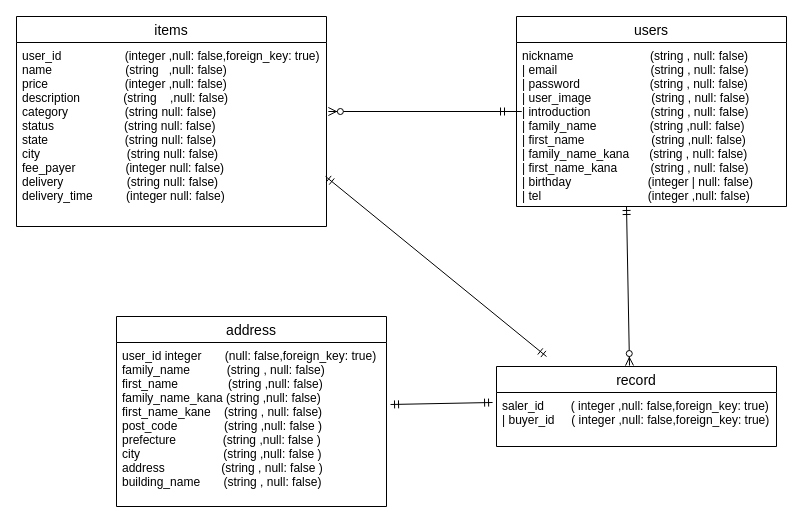
The draw.io diagram test.dio in yudaiishiyama/furima-38009, before the edit. Source tidied: cells renumbered, new cells numbered last; positions are measured from the earlier drawing's top-left corner, leaving out a move shared by most shapes. Both pictures are drawn from the tidied source at 100%, with x=0, y=0 at pixel (16, 16).
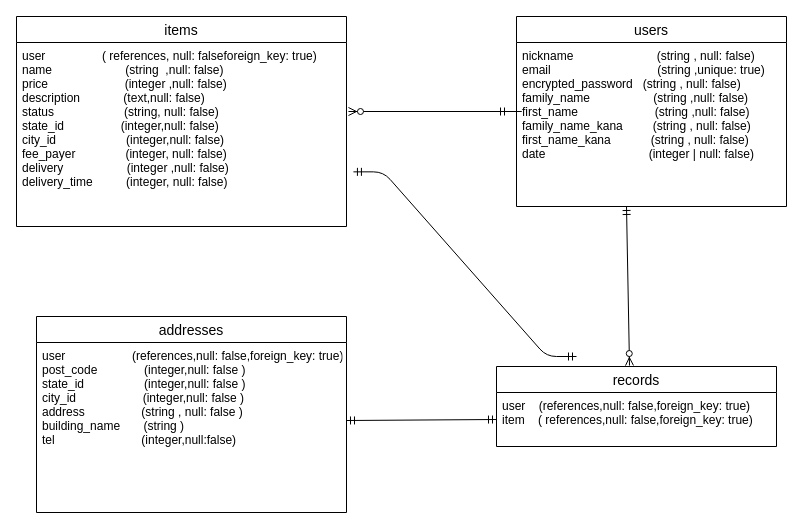
Above is the later version.

Change to the diagram source:
```diff
@@
 <mxGraphModel>
   <root>
     <mxCell id="0" />
     <mxCell id="1" parent="0" />
-    <mxCell id="2" value="address" style="swimlane;fontStyle=0;horizontal=1;startSize=26;align=center;fontSize=14;" parent="1" vertex="1">
-      <mxGeometry x="100" y="300" width="270" height="190" as="geometry" />
+    <mxCell id="2" value="addresses" style="swimlane;fontStyle=0;horizontal=1;startSize=26;align=center;fontSize=14;" parent="1" vertex="1">
+      <mxGeometry x="20" y="300" width="310" height="196" as="geometry" />
     </mxCell>
-    <mxCell id="3" value="user_id integer       (null: false,foreign_key: true)&#10;family_name           (string , null: false)&#10;first_name               (string ,null: false)&#10;family_name_kana (string ,null: false) &#10;first_name_kane    (string , null: false)&#10;post_code              (string ,null: false )&#10;prefecture              (string ,null: false )&#10;city                         (string ,null: false )&#10;address                 (string , null: false )&#10;building_name       (string , null: false)" style="text;strokeColor=none;fillColor=none;spacingLeft=4;spacingRight=4;overflow=hidden;points=[[0,0.5],[1,0.5]];portConstraint=eastwest;fontSize=12;" parent="2" vertex="1">
-      <mxGeometry y="26" width="270" height="164" as="geometry" />
+    <mxCell id="3" value="user                    (references,null: false,foreign_key: true)&#10;post_code              (integer,null: false )&#10;state_id                  (integer,null: false )&#10;city_id                    (integer,null: false )&#10;address                 (string , null: false )&#10;building_name       (string )&#10;tel                          (integer,null:false)" style="text;strokeColor=none;fillColor=none;spacingLeft=4;spacingRight=4;overflow=hidden;points=[[0,0.5],[1,0.5]];portConstraint=eastwest;fontSize=12;" parent="2" vertex="1">
+      <mxGeometry y="26" width="310" height="170" as="geometry" />
     </mxCell>
-    <mxCell id="4" value="record" style="swimlane;fontStyle=0;horizontal=1;startSize=26;align=center;fontSize=14;" parent="1" vertex="1">
+    <mxCell id="4" value="records" style="swimlane;fontStyle=0;horizontal=1;startSize=26;align=center;fontSize=14;" parent="1" vertex="1">
       <mxGeometry x="480" y="350" width="280" height="80" as="geometry" />
     </mxCell>
-    <mxCell id="5" value="saler_id        ( integer ,null: false,foreign_key: true)&#10;| buyer_id     ( integer ,null: false,foreign_key: true)" style="text;strokeColor=none;fillColor=none;spacingLeft=4;spacingRight=4;overflow=hidden;points=[[0,0.5],[1,0.5]];portConstraint=eastwest;fontSize=12;" parent="4" vertex="1">
+    <mxCell id="5" value="user    (references,null: false,foreign_key: true)&#10;item    ( references,null: false,foreign_key: true)" style="text;strokeColor=none;fillColor=none;spacingLeft=4;spacingRight=4;overflow=hidden;points=[[0,0.5],[1,0.5]];portConstraint=eastwest;fontSize=12;" parent="4" vertex="1">
       <mxGeometry y="26" width="280" height="54" as="geometry" />
     </mxCell>
     <mxCell id="6" value="users" style="swimlane;fontStyle=0;horizontal=1;startSize=26;align=center;fontSize=14;" parent="1" vertex="1">
       <mxGeometry x="500" width="270" height="190" as="geometry" />
     </mxCell>
-    <mxCell id="7" value="nickname                       (string , null: false)&#10;| email                            (string , null: false)&#10;| password                     (string , null: false)&#10;| user_image                  (string , null: false)&#10;| introduction                  (string , null: false)&#10;| family_name                (string ,null: false)&#10;| first_name                    (string ,null: false)&#10;| family_name_kana      (string , null: false)&#10;| first_name_kana          (string , null: false)&#10;| birthday                       (integer | null: false)&#10;| tel                                (integer ,null: false)" style="text;strokeColor=none;fillColor=none;spacingLeft=4;spacingRight=4;overflow=hidden;fontSize=12;" parent="6" vertex="1">
+    <mxCell id="7" value="nickname                         (string , null: false)&#10;email                                (string ,unique: true)&#10;encrypted_password   (string , null: false)&#10;family_name                   (string ,null: false)&#10;first_name                       (string ,null: false)&#10;family_name_kana         (string , null: false)&#10;first_name_kana            (string , null: false)&#10;date                               (integer | null: false)&#10;" style="text;strokeColor=none;fillColor=none;spacingLeft=4;spacingRight=4;overflow=hidden;fontSize=12;" parent="6" vertex="1">
       <mxGeometry y="26" width="270" height="164" as="geometry" />
     </mxCell>
     <mxCell id="8" value="items" style="swimlane;fontStyle=0;horizontal=1;startSize=26;align=center;fontSize=14;" parent="1" vertex="1">
-      <mxGeometry width="310" height="210" as="geometry" />
+      <mxGeometry width="330" height="210" as="geometry" />
     </mxCell>
-    <mxCell id="9" value=" user_id                   (integer ,null: false,foreign_key: true)&#10; name                      (string   ,null: false)&#10; price                       (integer ,null: false)&#10; description             (string    ,null: false)&#10; category                 (string     null: false)&#10; status                     (string     null: false)&#10; state                       (string     null: false)&#10; city                          (string     null: false)&#10; fee_payer               (integer    null: false)&#10; delivery                   (string     null: false)&#10; delivery_time          (integer    null: false)" style="text;strokeColor=none;fillColor=none;spacingLeft=4;spacingRight=4;overflow=hidden;points=[[0,0.5],[1,0.5]];portConstraint=eastwest;fontSize=12;" parent="8" vertex="1">
-      <mxGeometry y="26" width="310" height="184" as="geometry" />
+    <mxCell id="9" value=" user                 ( references, null: falseforeign_key: true)&#10; name                      (string  ,null: false)&#10; price                       (integer ,null: false)&#10; description             (text,null: false)&#10; status                     (string, null: false)&#10; state_id                 (integer,null: false)&#10; city_id                     (integer,null: false)&#10; fee_payer               (integer, null: false)&#10; delivery                   (integer ,null: false)&#10; delivery_time          (integer, null: false)" style="text;strokeColor=none;fillColor=none;spacingLeft=4;spacingRight=4;overflow=hidden;points=[[0,0.5],[1,0.5]];portConstraint=eastwest;fontSize=12;" parent="8" vertex="1">
+      <mxGeometry y="26" width="330" height="184" as="geometry" />
     </mxCell>
     <mxCell id="10" style="edgeStyle=entityRelationEdgeStyle;fontSize=12;html=1;endArrow=ERzeroToMany;startArrow=ERmandOne;entryX=1.006;entryY=0.375;entryDx=0;entryDy=0;entryPerimeter=0;" parent="1" edge="1" target="9">
       <mxGeometry relative="1" as="geometry">
         <mxPoint x="480" y="95" as="sourcePoint" />
       </mxGeometry>
     </mxCell>
     <mxCell id="11" style="fontSize=12;html=1;endArrow=ERzeroToMany;startArrow=ERmandOne;entryX=0.475;entryY=-0.012;entryDx=0;entryDy=0;entryPerimeter=0;" parent="1" edge="1" target="4">
       <mxGeometry relative="1" as="geometry">
         <mxPoint x="610" y="190" as="sourcePoint" />
       </mxGeometry>
     </mxCell>
-    <mxCell id="12" style="fontSize=12;html=1;endArrow=ERmandOne;startArrow=ERmandOne;entryX=0.997;entryY=0.728;entryDx=0;entryDy=0;entryPerimeter=0;" parent="1" edge="1" target="9">
-      <mxGeometry relative="1" as="geometry">
-        <mxPoint x="530" y="340" as="sourcePoint" />
-      </mxGeometry>
-    </mxCell>
-    <mxCell id="13" style="fontSize=12;html=1;endArrow=ERmandOne;startArrow=ERmandOne;entryX=1.015;entryY=0.378;entryDx=0;entryDy=0;entryPerimeter=0;exitX=-0.014;exitY=0.185;exitDx=0;exitDy=0;exitPerimeter=0;" parent="1" edge="1" source="5" target="3">
-      <mxGeometry relative="1" as="geometry" />
-    </mxCell>
+    <mxCell id="14" style="edgeStyle=entityRelationEdgeStyle;fontSize=12;html=1;endArrow=ERmandOne;startArrow=ERmandOne;exitX=1.021;exitY=0.703;exitDx=0;exitDy=0;exitPerimeter=0;" parent="1" edge="1" source="9">
+      <mxGeometry relative="1" as="geometry">
+        <mxPoint x="560" y="340" as="targetPoint" />
+      </mxGeometry>
+    </mxCell>
+    <mxCell id="15" style="fontSize=12;html=1;endArrow=ERmandOne;startArrow=ERmandOne;entryX=0;entryY=0.5;entryDx=0;entryDy=0;" parent="1" edge="1" target="5">
+      <mxGeometry relative="1" as="geometry">
+        <mxPoint x="330" y="404" as="sourcePoint" />
+      </mxGeometry>
+    </mxCell>
   </root>
 </mxGraphModel>
```
